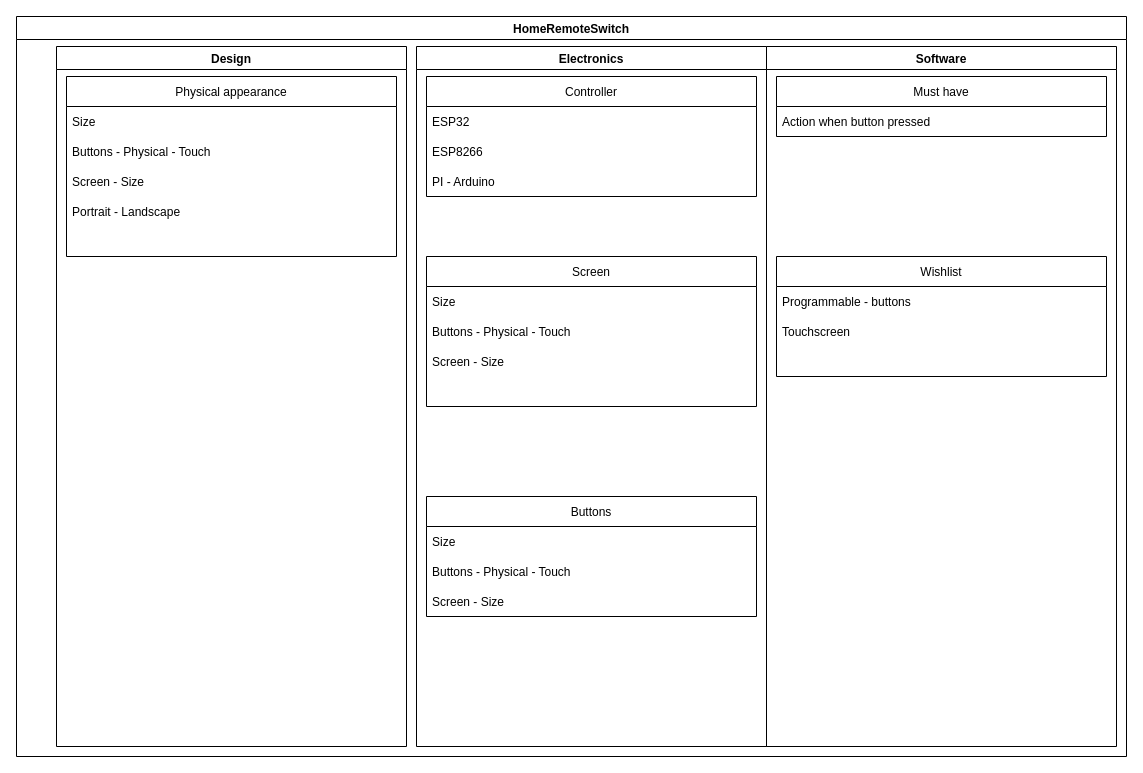
The draw.io diagram page "Feature List" (1 of 2) of HomeRemoteSwitch.drawio in houdaerttim/HomeRemoteSwitch, before the edit. Source tidied: cells renumbered, new cells numbered last; positions are measured from the earlier drawing's top-left corner, leaving out a move shared by most shapes. Both pictures are drawn from the tidied source at 100%, with x=0, y=0 at pixel (16, 16).
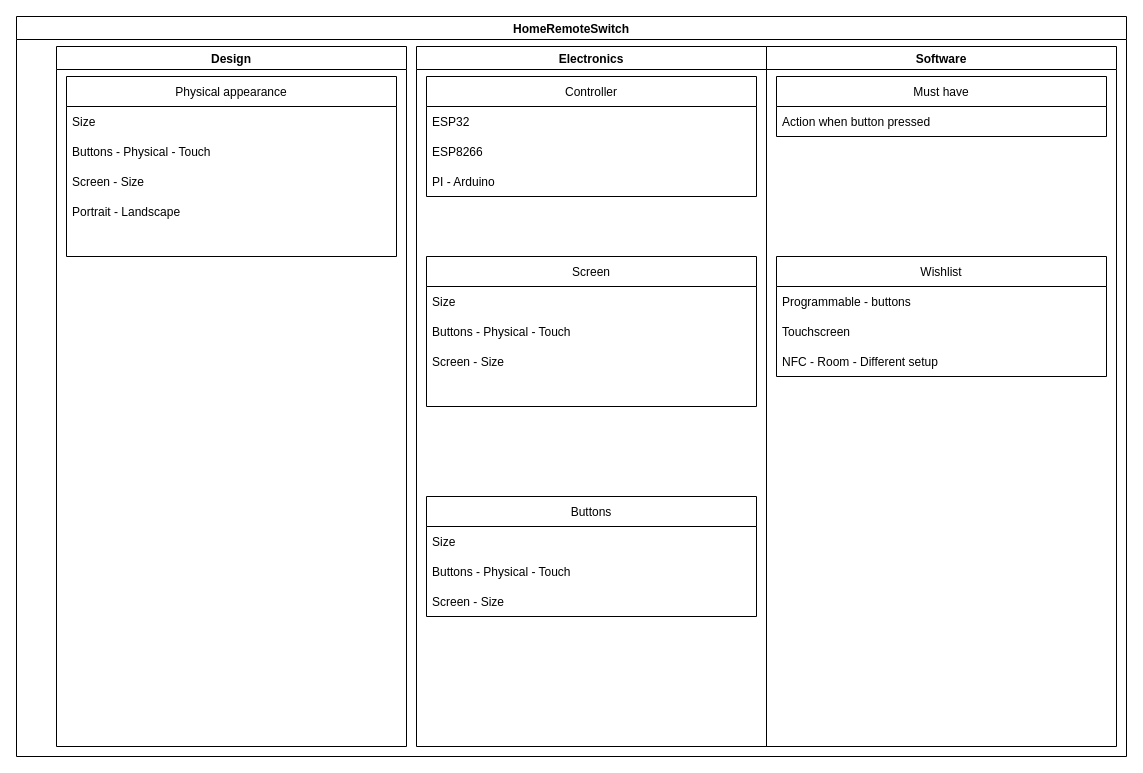
Above is the later version.

The change refers to these unchanged cells:
```xml
<mxCell id="27" value="Wishlist" style="swimlane;fontStyle=0;horizontal=1;startSize=30;glass=0;" parent="1" vertex="1">
  <mxGeometry x="760" y="240" width="330" height="120" as="geometry" />
</mxCell>
```

Change to the diagram source:
```diff
@@
-    <mxCell id="30" style="text;strokeColor=none;fillColor=none;align=left;verticalAlign=middle;spacingLeft=4;spacingRight=4;overflow=hidden;glass=0;" parent="27" vertex="1">
+    <mxCell id="30" value="NFC - Room - Different setup" style="text;strokeColor=none;fillColor=none;align=left;verticalAlign=middle;spacingLeft=4;spacingRight=4;overflow=hidden;glass=0;" parent="27" vertex="1">
       <mxGeometry y="90" width="330" height="30" as="geometry" />
     </mxCell>
```
